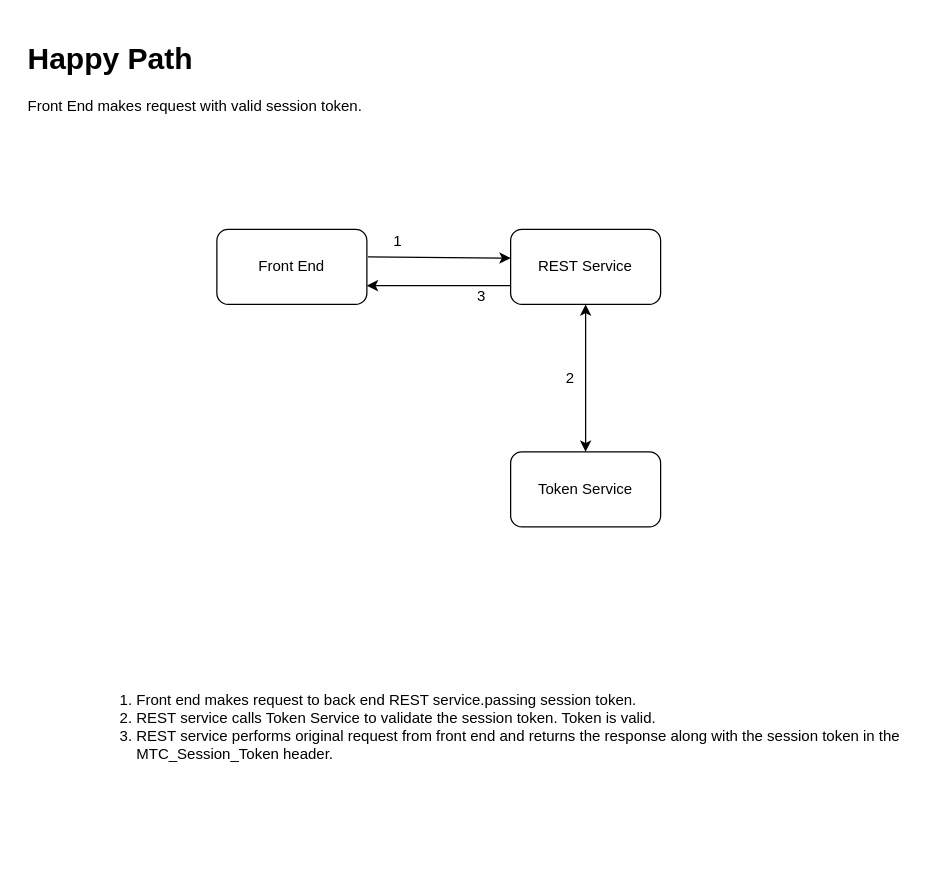
Before: page "Page-1" (1 of 7) of SessionTokenFlow.drawio in bbarrington42/token-service-flows, a draw.io diagram. Source tidied: cells renumbered, new cells numbered last; positions are measured from the earlier drawing's top-left corner, leaving out a move shared by most shapes. Both pictures are drawn from the tidied source at 125%, with x=0, y=0 at pixel (21, 34).
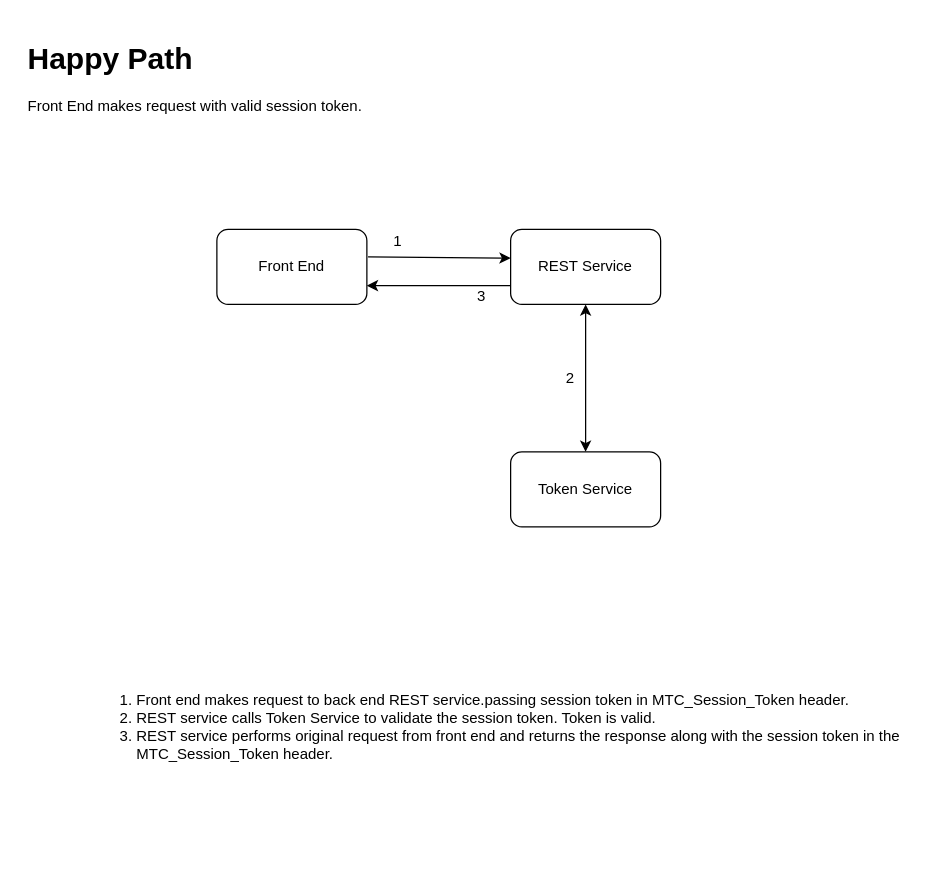
Above is the later version.

What changed in the source:
```diff
@@
 <mxGraphModel>
   <root>
     <mxCell id="0" />
     <mxCell id="1" parent="0" />
-    <mxCell id="2" value="&lt;ol&gt;&lt;li&gt;Front end makes request to back end REST service.passing session token.&lt;/li&gt;&lt;li&gt;REST service calls Token Service to validate the session token. Token is valid.&lt;/li&gt;&lt;li&gt;REST service performs original request from front end and returns the response along with the session token in the MTC_Session_Token header.&amp;nbsp;&lt;/li&gt;&lt;/ol&gt;" style="text;strokeColor=none;fillColor=none;html=1;whiteSpace=wrap;verticalAlign=middle;overflow=hidden;" parent="1" vertex="1">
+    <mxCell id="2" value="&lt;ol&gt;&lt;li&gt;Front end makes request to back end REST service.passing session token in MTC_Session_Token header.&lt;/li&gt;&lt;li&gt;REST service calls Token Service to validate the session token. Token is valid.&lt;/li&gt;&lt;li&gt;REST service performs original request from front end and returns the response along with the session token in the MTC_Session_Token header.&amp;nbsp;&lt;/li&gt;&lt;/ol&gt;" style="text;strokeColor=none;fillColor=none;html=1;whiteSpace=wrap;verticalAlign=middle;overflow=hidden;" parent="1" vertex="1">
       <mxGeometry x="50" y="443" width="660" height="221" as="geometry" />
     </mxCell>
     <mxCell id="3" value="&lt;h1&gt;Happy Path&lt;/h1&gt;&lt;div&gt;Front End makes request with valid session token.&lt;/div&gt;" style="text;html=1;strokeColor=none;fillColor=none;spacing=5;spacingTop=-20;whiteSpace=wrap;overflow=hidden;rounded=0;" parent="1" vertex="1">
       <mxGeometry width="668" height="120" as="geometry" />
     </mxCell>
     <mxCell id="4" style="group;" parent="1" vertex="1">
       <mxGeometry x="156" y="156" width="355" height="238" as="geometry" />
     </mxCell>
     <mxCell id="5" value="Front End" style="rounded=1;whiteSpace=wrap;html=1;" parent="4" vertex="1">
       <mxGeometry width="120" height="60" as="geometry" />
     </mxCell>
     <mxCell id="6" value="REST Service" style="rounded=1;whiteSpace=wrap;html=1;" parent="4" vertex="1">
       <mxGeometry x="235" width="120" height="60" as="geometry" />
     </mxCell>
     <mxCell id="7" value="Token Service" style="rounded=1;whiteSpace=wrap;html=1;" parent="4" vertex="1">
       <mxGeometry x="235" y="178" width="120" height="60" as="geometry" />
     </mxCell>
     <mxCell id="8" style="endArrow=classic;html=1;entryX=0;entryY=0.383;entryDx=0;entryDy=0;entryPerimeter=0;exitX=1.008;exitY=0.367;exitDx=0;exitDy=0;exitPerimeter=0;" parent="4" edge="1" source="5" target="6">
       <mxGeometry relative="1" as="geometry" />
     </mxCell>
     <mxCell id="9" value="1" style="text;html=1;strokeColor=none;fillColor=none;align=center;verticalAlign=middle;whiteSpace=wrap;rounded=0;" parent="4" vertex="1">
       <mxGeometry x="125" width="40" height="20" as="geometry" />
     </mxCell>
     <mxCell id="10" style="endArrow=classic;html=1;entryX=1;entryY=0.75;entryDx=0;entryDy=0;exitX=0;exitY=0.75;exitDx=0;exitDy=0;" parent="4" edge="1" source="6" target="5">
       <mxGeometry relative="1" as="geometry" />
     </mxCell>
     <mxCell id="11" value="3" style="text;html=1;strokeColor=none;fillColor=none;align=center;verticalAlign=middle;whiteSpace=wrap;rounded=0;" parent="4" vertex="1">
       <mxGeometry x="192" y="44" width="40" height="20" as="geometry" />
     </mxCell>
     <mxCell id="12" style="group;" parent="4" vertex="1">
       <mxGeometry x="263" y="109" width="40" height="20" as="geometry" />
     </mxCell>
     <mxCell id="13" value="2" style="text;html=1;strokeColor=none;fillColor=none;align=center;verticalAlign=middle;whiteSpace=wrap;rounded=0;" parent="12" vertex="1">
       <mxGeometry width="40" height="20" as="geometry" />
     </mxCell>
     <mxCell id="14" style="endArrow=classic;startArrow=classic;html=1;exitX=0.5;exitY=0;exitDx=0;exitDy=0;entryX=0.5;entryY=1;entryDx=0;entryDy=0;" parent="4" edge="1" source="7" target="6">
       <mxGeometry relative="1" as="geometry" />
     </mxCell>
   </root>
 </mxGraphModel>
```
